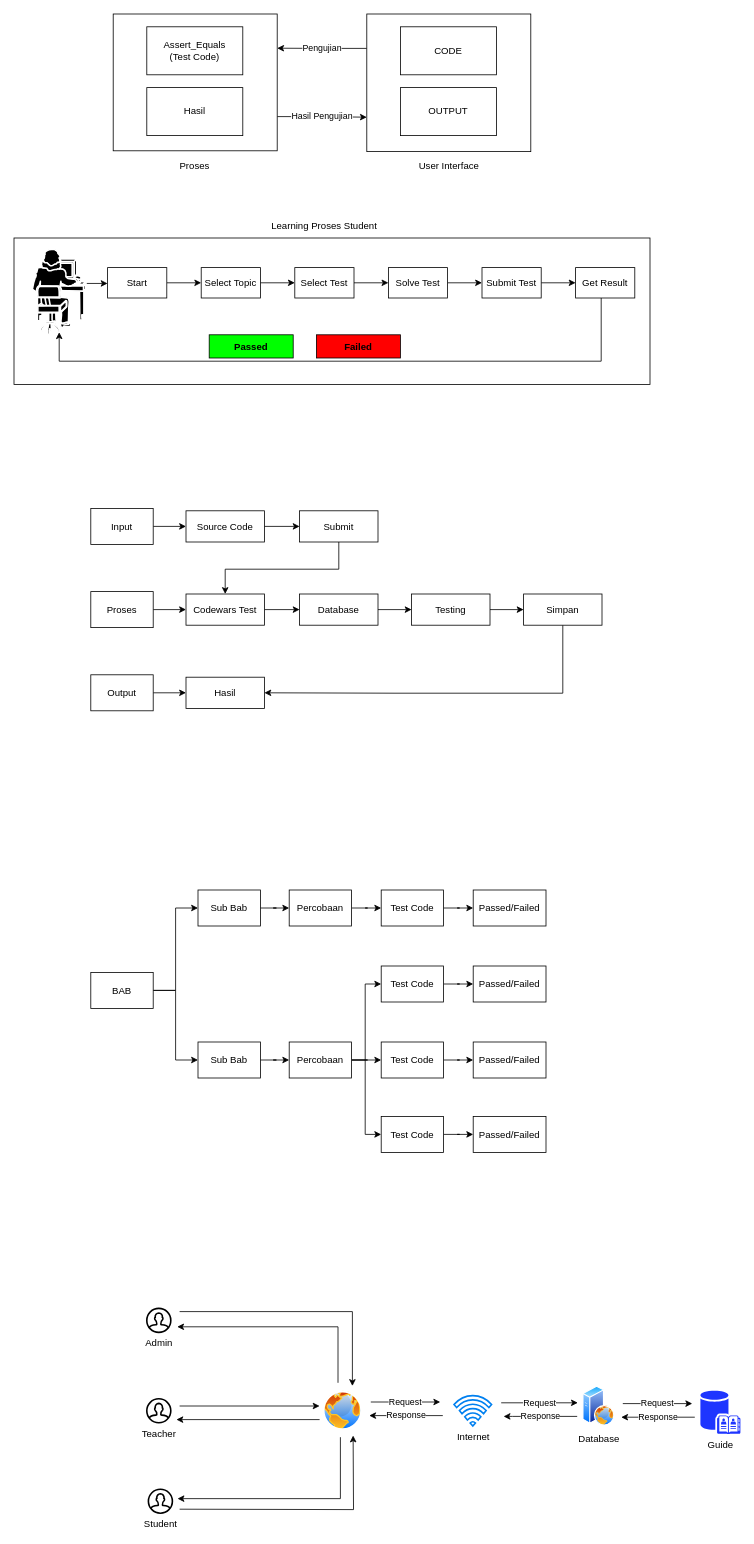
This is Dll/Untitled Diagram.drawio from rianbtk/reposugiwaras, a draw.io file, before an edit. Source tidied: cells renumbered, new cells numbered last; positions are measured from the earlier drawing's top-left corner, leaving out a move shared by most shapes. Both pictures are drawn from the tidied source at 80%, with x=0, y=0 at pixel (14, 14).
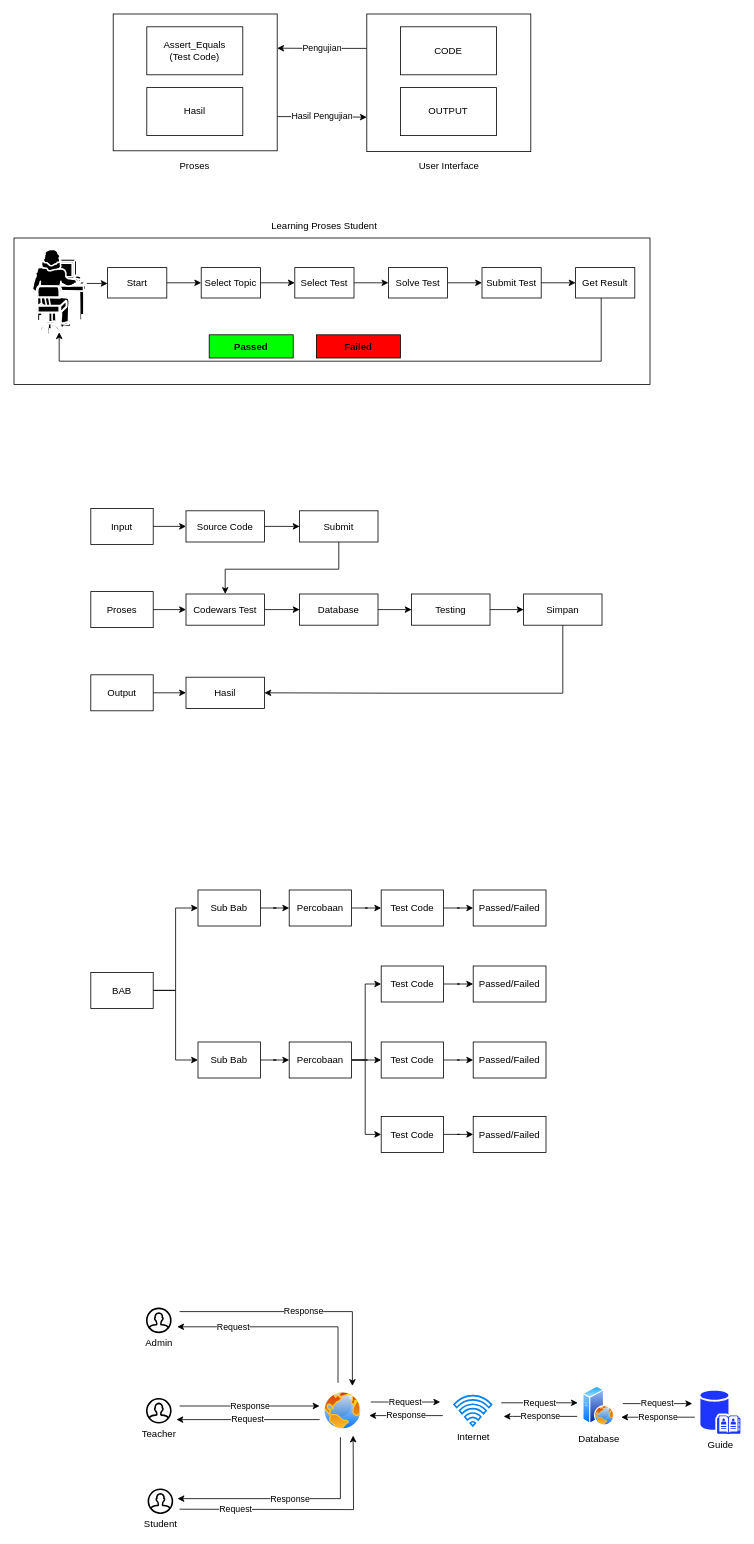
The same page after the edit.

Commit message (it also covers changes not shown here):
update laporan gambar

Diff of the diagram source:
```diff
@@
-    <mxCell id="74" style="edgeStyle=orthogonalEdgeStyle;rounded=0;orthogonalLoop=1;jettySize=auto;html=1;" parent="1" edge="1">
+    <mxCell id="74" value="Response" style="edgeStyle=orthogonalEdgeStyle;rounded=0;orthogonalLoop=1;jettySize=auto;html=1;" parent="1" edge="1">
       <mxGeometry relative="1" as="geometry">
         <mxPoint x="207" y="1622" as="sourcePoint" />
         <mxPoint x="423" y="1715" as="targetPoint" />
         <Array as="points">
           <mxPoint x="423" y="1622" />
         </Array>
       </mxGeometry>
     </mxCell>
@@
-    <mxCell id="76" style="edgeStyle=orthogonalEdgeStyle;rounded=0;orthogonalLoop=1;jettySize=auto;html=1;" parent="1" edge="1">
+    <mxCell id="76" value="Response" style="edgeStyle=orthogonalEdgeStyle;rounded=0;orthogonalLoop=1;jettySize=auto;html=1;" parent="1" edge="1">
       <mxGeometry relative="1" as="geometry">
         <mxPoint x="207" y="1740" as="sourcePoint" />
         <mxPoint x="382" y="1740" as="targetPoint" />
       </mxGeometry>
     </mxCell>
@@
-    <mxCell id="79" style="edgeStyle=orthogonalEdgeStyle;rounded=0;orthogonalLoop=1;jettySize=auto;html=1;" parent="1" edge="1">
-      <mxGeometry relative="1" as="geometry">
+    <mxCell id="79" value="Request" style="edgeStyle=orthogonalEdgeStyle;rounded=0;orthogonalLoop=1;jettySize=auto;html=1;" parent="1" edge="1">
+      <mxGeometry x="0.48" relative="1" as="geometry">
         <mxPoint x="405" y="1711" as="sourcePoint" />
         <mxPoint x="204" y="1641" as="targetPoint" />
         <Array as="points">
           <mxPoint x="405" y="1711" />
           <mxPoint x="405" y="1641" />
         </Array>
       </mxGeometry>
     </mxCell>
-    <mxCell id="80" style="edgeStyle=orthogonalEdgeStyle;rounded=0;orthogonalLoop=1;jettySize=auto;html=1;" parent="1" edge="1">
+    <mxCell id="80" value="Response" style="edgeStyle=orthogonalEdgeStyle;rounded=0;orthogonalLoop=1;jettySize=auto;html=1;" parent="1" edge="1">
       <mxGeometry relative="1" as="geometry">
         <mxPoint x="408" y="1779" as="sourcePoint" />
         <mxPoint x="204.4" y="1855.8" as="targetPoint" />
         <Array as="points">
           <mxPoint x="408" y="1856" />
         </Array>
       </mxGeometry>
     </mxCell>
-    <mxCell id="81" style="edgeStyle=orthogonalEdgeStyle;rounded=0;orthogonalLoop=1;jettySize=auto;html=1;" parent="1" edge="1">
+    <mxCell id="81" value="Request" style="edgeStyle=orthogonalEdgeStyle;rounded=0;orthogonalLoop=1;jettySize=auto;html=1;" parent="1" edge="1">
       <mxGeometry relative="1" as="geometry">
         <mxPoint x="382" y="1757" as="sourcePoint" />
         <mxPoint x="203" y="1757" as="targetPoint" />
       </mxGeometry>
     </mxCell>
@@
-    <mxCell id="88" style="edgeStyle=orthogonalEdgeStyle;rounded=0;orthogonalLoop=1;jettySize=auto;html=1;" parent="1" edge="1">
-      <mxGeometry relative="1" as="geometry">
+    <mxCell id="88" value="Request" style="edgeStyle=orthogonalEdgeStyle;rounded=0;orthogonalLoop=1;jettySize=auto;html=1;" parent="1" edge="1">
+      <mxGeometry x="-0.55" relative="1" as="geometry">
         <mxPoint x="207" y="1869" as="sourcePoint" />
         <mxPoint x="423.9" y="1776.9" as="targetPoint" />
       </mxGeometry>
     </mxCell>
```
